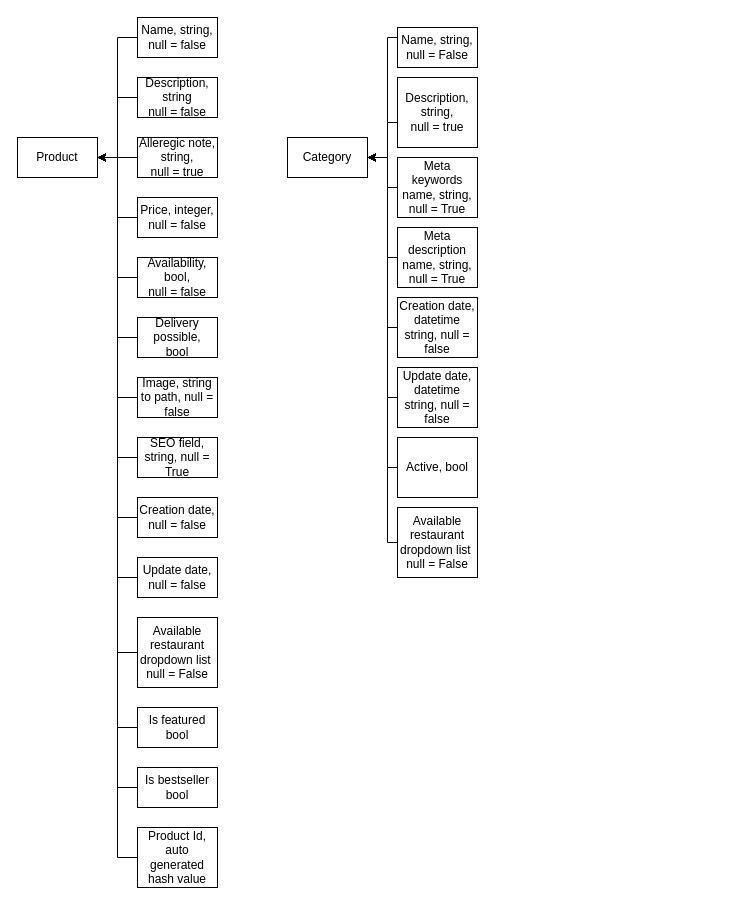
JianDk/HD_website keeps this draw.io diagram as Untitled Diagram.drawio. Above is the earlier version. Source tidied: cells renumbered, new cells numbered last; positions are measured from the earlier drawing's top-left corner, leaving out a move shared by most shapes. Both pictures are drawn from the tidied source at 100%, with x=0, y=0 at pixel (17, 17).
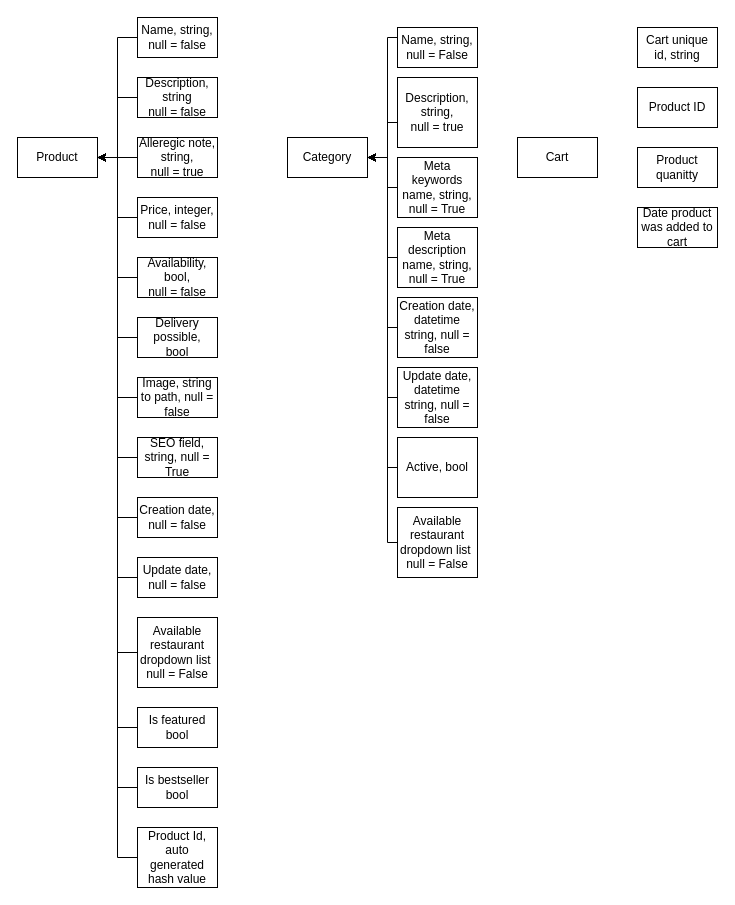
Above is the later version.

What changed in the source:
```diff
@@
+    <mxCell id="48" value="Cart" style="rounded=0;whiteSpace=wrap;html=1;" parent="1" vertex="1">
+      <mxGeometry x="500" y="120" width="80" height="40" as="geometry" />
+    </mxCell>
+    <mxCell id="49" value="Cart unique id, string" style="rounded=0;whiteSpace=wrap;html=1;" parent="1" vertex="1">
+      <mxGeometry x="620" y="10" width="80" height="40" as="geometry" />
+    </mxCell>
+    <mxCell id="50" value="Product ID" style="rounded=0;whiteSpace=wrap;html=1;" parent="1" vertex="1">
+      <mxGeometry x="620" y="70" width="80" height="40" as="geometry" />
+    </mxCell>
+    <mxCell id="51" value="Product quanitty" style="rounded=0;whiteSpace=wrap;html=1;" parent="1" vertex="1">
+      <mxGeometry x="620" y="130" width="80" height="40" as="geometry" />
+    </mxCell>
+    <mxCell id="52" value="Date product was added to cart" style="rounded=0;whiteSpace=wrap;html=1;" parent="1" vertex="1">
+      <mxGeometry x="620" y="190" width="80" height="40" as="geometry" />
+    </mxCell>
```
